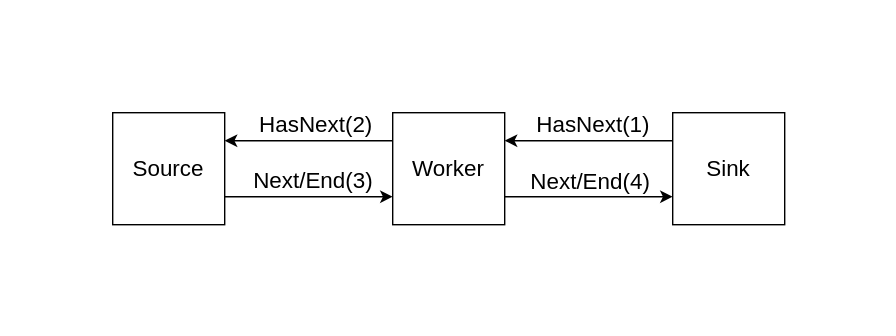
This is doc/stream.drawio.svg from shlax/wisp, a draw.io export, as it was before one commit. Source tidied: cells renumbered, new cells last; positions are measured from the earlier drawing's top-left corner, leaving out a move shared by most shapes.
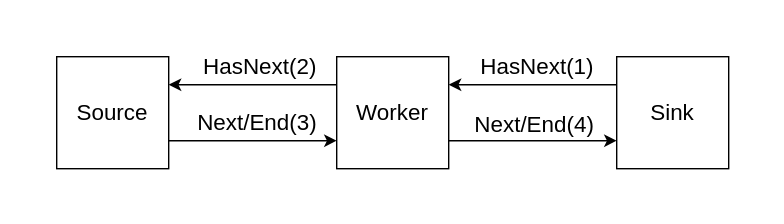
Later version of the same file.

The edit, as a diff of the source:
```diff
@@ -2,24 +2,24 @@
   <root>
     <mxCell id="0" />
     <mxCell id="1" parent="0" />
+    <mxCell id="5" style="swimlane;startSize=0;fillStyle=solid;fillColor=none;gradientColor=none;strokeColor=none;rounded=1;" parent="1" vertex="1">
+      <mxGeometry width="560" height="160" as="geometry" />
+    </mxCell>
-    <mxCell id="2" value="Source" style="rounded=0;whiteSpace=wrap;html=1;fontSize=16;" parent="1" vertex="1">
-      <mxGeometry x="80" y="80" width="80" height="80" as="geometry" />
+    <mxCell id="2" value="Source" style="rounded=0;whiteSpace=wrap;html=1;fontSize=16;" parent="5" vertex="1">
+      <mxGeometry x="40" y="40" width="80" height="80" as="geometry" />
     </mxCell>
-    <mxCell id="3" style="endArrow=classic;html=1;rounded=0;entryX=1;entryY=0.25;entryDx=0;entryDy=0;exitX=0;exitY=0.25;exitDx=0;exitDy=0;" parent="1" edge="1" source="10" target="2">
+    <mxCell id="3" style="endArrow=classic;html=1;rounded=0;entryX=1;entryY=0.25;entryDx=0;entryDy=0;exitX=0;exitY=0.25;exitDx=0;exitDy=0;" parent="5" edge="1" source="10" target="2">
       <mxGeometry relative="1" as="geometry" />
     </mxCell>
-    <mxCell id="4" style="endArrow=classic;html=1;rounded=0;entryX=0;entryY=0.75;entryDx=0;entryDy=0;exitX=1;exitY=0.75;exitDx=0;exitDy=0;" parent="1" edge="1" source="2" target="10">
+    <mxCell id="4" style="endArrow=classic;html=1;rounded=0;entryX=0;entryY=0.75;entryDx=0;entryDy=0;exitX=1;exitY=0.75;exitDx=0;exitDy=0;" parent="5" edge="1" source="2" target="10">
       <mxGeometry relative="1" as="geometry" />
     </mxCell>
-    <mxCell id="5" style="swimlane;startSize=0;fillStyle=solid;fillColor=none;gradientColor=none;strokeColor=none;rounded=1;" parent="1" vertex="1">
-      <mxGeometry width="640" height="240" as="geometry" />
-    </mxCell>
     <mxCell id="6" value="Sink" style="rounded=0;whiteSpace=wrap;html=1;fontSize=16;" parent="5" vertex="1">
-      <mxGeometry x="480" y="80" width="80" height="80" as="geometry" />
+      <mxGeometry x="440" y="40" width="80" height="80" as="geometry" />
     </mxCell>
     <mxCell id="7" style="endArrow=classic;html=1;rounded=0;entryX=1;entryY=0.25;entryDx=0;entryDy=0;exitX=0;exitY=0.25;exitDx=0;exitDy=0;" parent="5" edge="1" target="10">
       <mxGeometry relative="1" as="geometry">
-        <mxPoint x="480" y="100" as="sourcePoint" />
+        <mxPoint x="440" y="60" as="sourcePoint" />
       </mxGeometry>
     </mxCell>
     <mxCell id="8" value="HasNext(1)" style="edgeLabel;html=1;align=center;verticalAlign=middle;fontSize=16;" parent="7" vertex="1">
@@ -29,24 +29,24 @@
     </mxCell>
     <mxCell id="9" style="endArrow=classic;html=1;rounded=0;entryX=0;entryY=0.75;entryDx=0;entryDy=0;exitX=1;exitY=0.75;exitDx=0;exitDy=0;" parent="5" edge="1" target="6">
       <mxGeometry relative="1" as="geometry">
-        <mxPoint x="360" y="140" as="sourcePoint" />
+        <mxPoint x="320" y="100" as="sourcePoint" />
       </mxGeometry>
     </mxCell>
     <mxCell id="10" value="Worker" style="rounded=0;whiteSpace=wrap;html=1;fontSize=16;" parent="5" vertex="1">
-      <mxGeometry x="280" y="80" width="80" height="80" as="geometry" />
+      <mxGeometry x="240" y="40" width="80" height="80" as="geometry" />
     </mxCell>
     <mxCell id="11" value="Next/End(4)" style="edgeLabel;html=1;align=center;verticalAlign=middle;fontSize=16;" parent="5" vertex="1">
-      <mxGeometry x="369" y="122" as="geometry">
+      <mxGeometry x="329" y="82" as="geometry">
         <mxPoint x="52" y="6" as="offset" />
       </mxGeometry>
     </mxCell>
     <mxCell id="12" value="HasNext(2)" style="edgeLabel;html=1;align=center;verticalAlign=middle;fontSize=16;" parent="5" vertex="1">
-      <mxGeometry x="223" y="87" as="geometry">
+      <mxGeometry x="183" y="47" as="geometry">
         <mxPoint x="2" as="offset" />
       </mxGeometry>
     </mxCell>
     <mxCell id="13" value="Next/End(3)" style="edgeLabel;html=1;align=center;verticalAlign=middle;fontSize=16;" parent="5" vertex="1">
-      <mxGeometry x="221" y="127" as="geometry">
+      <mxGeometry x="181" y="87" as="geometry">
         <mxPoint x="2" as="offset" />
       </mxGeometry>
     </mxCell>
```
